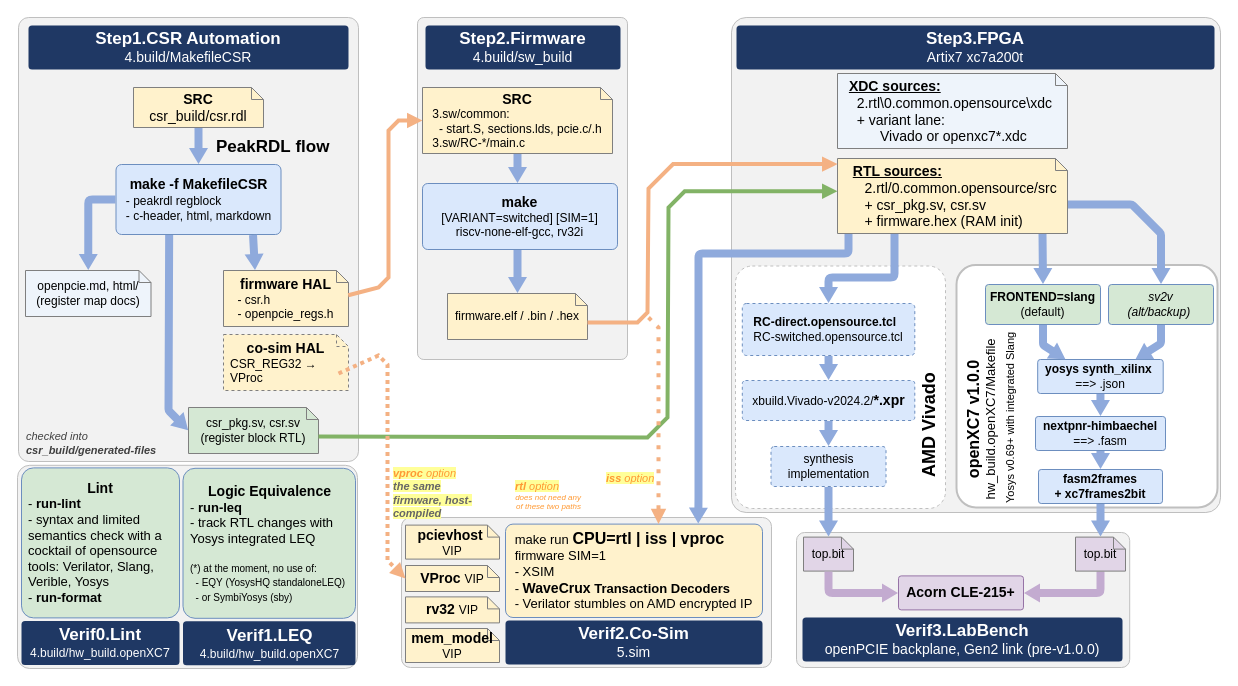
Earlier version of the draw.io diagram 0.doc/4.build/build-flow.drawio (chili-chips-ba/openPCIE). Source tidied: cells renumbered, new cells numbered last; positions are measured from the earlier drawing's top-left corner, leaving out a move shared by most shapes. Both pictures are drawn from the tidied source at 100%, with x=0, y=0 at pixel (17, 17).
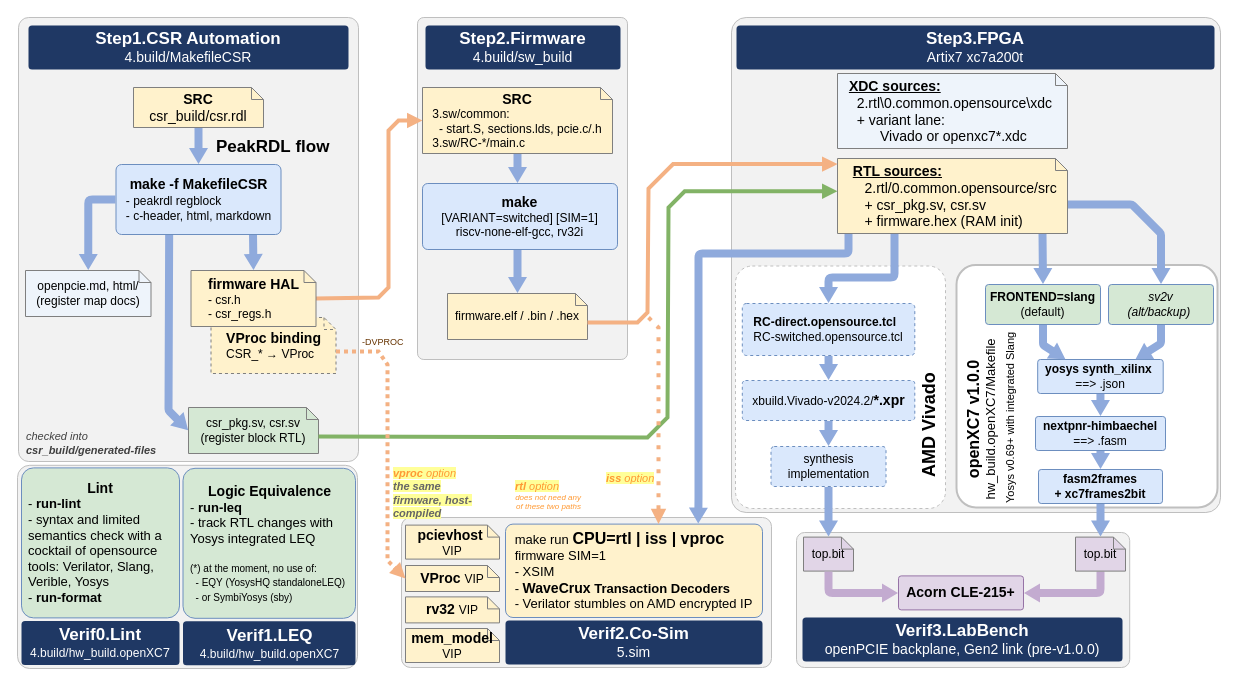
Above is the later version.

Unchanged cells that the change refers to:
```xml
<mxCell id="7" value="&lt;font style=&quot;font-size: 14px;&quot;&gt;&lt;b style=&quot;&quot;&gt;make -f MakefileCSR&lt;/b&gt;&lt;br&gt;&lt;div style=&quot;text-align: left;&quot;&gt;&lt;span style=&quot;background-color: transparent; color: light-dark(rgb(0, 0, 0), rgb(237, 237, 237)); font-size: 12px;&quot;&gt;- peakrdl regblock&lt;/span&gt;&lt;/div&gt;&lt;/font&gt;&lt;div&gt;&lt;div style=&quot;text-align: left;&quot;&gt;&lt;span style=&quot;background-color: transparent; color: light-dark(rgb(0, 0, 0), rgb(237, 237, 237));&quot;&gt;- c-header, html, markdown&lt;/span&gt;&lt;/div&gt;&lt;/div&gt;" style="rounded=1;whiteSpace=wrap;html=1;arcSize=8;fillColor=#dae8fc;strokeColor=#6c8ebf;fontColor=#000000;fontSize=12;fontStyle=0;align=center;verticalAlign=middle;spacingLeft=6;spacingRight=6;points=[[0,0,1,0,0],[0,0.25,1,0,0],[0,0.5,1,0,0],[0,0.75,1,0,0],[0,1,1,0,0],[0.193939,1,0,0,0],[0.25,0,1,0,0],[0.322222,1,0,0,0],[0.5,0,1,0,0],[0.75,0,1,0,0],[0.830303,1,0,0,0],[1,0,1,0,0],[1,0.25,1,0,0],[1,0.5,1,0,0],[1,0.75,1,0,0],[1,1,1,0,0]];" parent="1" vertex="1">
  <mxGeometry x="98.5" y="147" width="165" height="70" as="geometry" />
</mxCell>
<mxCell id="58" value="&lt;div&gt;&lt;b style=&quot;font-size: 14px;&quot;&gt;SRC&lt;/b&gt;&lt;/div&gt;&lt;div style=&quot;text-align: left;&quot;&gt;&lt;span style=&quot;background-color: transparent; color: light-dark(rgb(0, 0, 0), rgb(237, 237, 237));&quot;&gt;3.sw/common:&lt;/span&gt;&lt;/div&gt;&lt;div&gt;&lt;div style=&quot;text-align: left;&quot;&gt;&lt;span style=&quot;background-color: transparent; color: light-dark(rgb(0, 0, 0), rgb(237, 237, 237));&quot;&gt;&amp;nbsp; - start.S, sections.lds, pcie.c/.h&lt;/span&gt;&lt;/div&gt;&lt;div style=&quot;text-align: left;&quot;&gt;&lt;span style=&quot;background-color: transparent; color: light-dark(rgb(0, 0, 0), rgb(237, 237, 237));&quot;&gt;3.sw/RC-*/main.c&lt;/span&gt;&lt;/div&gt;&lt;/div&gt;" style="rounded=0;whiteSpace=wrap;html=1;arcSize=8;fillColor=#fff2cc;strokeColor=#7f7f7f;fontColor=#000000;fontSize=12;fontStyle=0;align=center;verticalAlign=middle;spacingLeft=6;spacingRight=6;shape=note;size=12;" parent="1" vertex="1">
  <mxGeometry x="405" y="70" width="190" height="66" as="geometry" />
</mxCell>
<mxCell id="67" value="&lt;b&gt;&lt;font style=&quot;font-size: 14px;&quot;&gt;VProc&amp;nbsp;&lt;/font&gt;&lt;/b&gt;VIP" style="rounded=0;whiteSpace=wrap;html=1;arcSize=8;fillColor=#fff2cc;strokeColor=#7f7f7f;fontColor=#000000;fontSize=12;fontStyle=0;align=center;verticalAlign=middle;spacingLeft=6;spacingRight=6;shape=note;size=12;" parent="1" vertex="1">
  <mxGeometry x="388" y="548" width="94" height="26" as="geometry" />
</mxCell>
```

The edit, as a diff of the source:
```diff
@@
-    <mxCell id="10" value="&lt;div&gt;&lt;b style=&quot;background-color: transparent; color: light-dark(rgb(0, 0, 0), rgb(237, 237, 237));&quot;&gt;&lt;font style=&quot;font-size: 14px;&quot;&gt;firmware HAL&lt;/font&gt;&lt;/b&gt;&lt;/div&gt;&lt;div style=&quot;text-align: left;&quot;&gt;&lt;span style=&quot;background-color: transparent; color: light-dark(rgb(0, 0, 0), rgb(237, 237, 237));&quot;&gt;- csr.h&lt;/span&gt;&lt;/div&gt;&lt;div style=&quot;text-align: left;&quot;&gt;&lt;span style=&quot;background-color: transparent; color: light-dark(rgb(0, 0, 0), rgb(237, 237, 237));&quot;&gt;- openpcie_regs.h&lt;/span&gt;&lt;/div&gt;" style="rounded=0;whiteSpace=wrap;html=1;arcSize=8;fillColor=#fff2cc;strokeColor=#7f7f7f;fontColor=#000000;fontSize=12;fontStyle=0;align=center;verticalAlign=middle;spacingLeft=6;spacingRight=6;shape=note;size=12;points=[[0,0,0,0,0],[0,0,0,103,0],[0,0,0,109,6],[0,0,0,115,12],[0,0.5,0,0,0],[0,1,0,0,0],[0.252174,0,0,0,0],[0.5,0,0,0,0],[0.5,1,0,0,0],[1,0.5,0,0,0],[1,1,0,0,0]];" parent="1" vertex="1">
-      <mxGeometry x="206" y="253" width="125" height="56" as="geometry" />
-    </mxCell>
@@
-    <mxCell id="20" style="html=1;endArrow=block;endSize=5;strokeColor=#f4b183;strokeWidth=4;rounded=0;exitX=0.998;exitY=0.442;exitDx=0;exitDy=0;exitPerimeter=0;entryX=0;entryY=0.5;entryDx=0;entryDy=0;entryPerimeter=0;" parent="1" edge="1" source="10" target="58">
-      <mxGeometry x="-0.36" relative="1" as="geometry">
+    <mxCell id="20" style="html=1;endArrow=block;endSize=5;strokeColor=#f4b183;strokeWidth=4;rounded=0;exitX=1;exitY=0.5;exitDx=0;exitDy=0;exitPerimeter=0;entryX=0;entryY=0.5;entryDx=0;entryDy=0;entryPerimeter=0;" parent="1" edge="1" source="10" target="58">
+      <mxGeometry x="-0.32" relative="1" as="geometry">
         <Array as="points">
-          <mxPoint x="361" y="270" />
-          <mxPoint x="371" y="260" />
+          <mxPoint x="361" y="280" />
+          <mxPoint x="371" y="270" />
           <mxPoint x="371" y="113" />
           <mxPoint x="381" y="103" />
         </Array>
       </mxGeometry>
     </mxCell>
@@
-    <mxCell id="55" value="&lt;div&gt;&lt;b&gt;&lt;font style=&quot;font-size: 14px;&quot;&gt;co-sim HAL&lt;/font&gt;&lt;/b&gt;&lt;/div&gt;&lt;div style=&quot;text-align: left;&quot;&gt;CSR_REG32 → VProc&lt;/div&gt;" style="rounded=0;whiteSpace=wrap;html=1;arcSize=8;fillColor=#fff2cc;strokeColor=#7f7f7f;fontColor=#000000;fontSize=12;fontStyle=0;align=center;verticalAlign=middle;spacingLeft=6;spacingRight=6;shape=note;size=12;dashed=1;" parent="1" vertex="1">
-      <mxGeometry x="206" y="317" width="125" height="56" as="geometry" />
+    <mxCell id="55" value="&lt;div&gt;&lt;b&gt;&lt;font style=&quot;font-size: 14px;&quot;&gt;VProc binding&lt;/font&gt;&lt;/b&gt;&lt;/div&gt;&lt;div style=&quot;text-align: left;&quot;&gt;CSR_* → VProc&lt;/div&gt;" style="rounded=0;whiteSpace=wrap;html=1;arcSize=8;fillColor=#fff2cc;strokeColor=#7f7f7f;fontColor=#000000;fontSize=12;fontStyle=0;align=center;verticalAlign=middle;spacingLeft=6;spacingRight=6;shape=note;size=12;dashed=1;" parent="1" vertex="1">
+      <mxGeometry x="193.5" y="300" width="125" height="56" as="geometry" />
     </mxCell>
@@
-    <mxCell id="76" style="shape=flexArrow;html=1;endArrow=block;endSize=5;startArrow=none;startSize=5;width=8;endWidth=10;startWidth=10;fillColor=#8faadc;strokeColor=none;fontColor=#ffffff;fontSize=13;fontStyle=1;exitX=0.830303;exitY=1;exitDx=0;exitDy=0;exitPerimeter=0;entryX=0.252174;entryY=0;entryDx=0;entryDy=0;entryPerimeter=0;" parent="1" edge="1" source="7" target="10">
+    <mxCell id="76" style="shape=flexArrow;html=1;endArrow=block;endSize=5;startArrow=none;startSize=5;width=8;endWidth=10;startWidth=10;fillColor=#8faadc;strokeColor=none;fontColor=#ffffff;fontSize=13;fontStyle=1;exitX=0.830303;exitY=1;exitDx=0;exitDy=0;exitPerimeter=0;entryX=0.5;entryY=0;entryDx=0;entryDy=0;entryPerimeter=0;" parent="1" edge="1" source="7" target="10">
       <mxGeometry relative="1" as="geometry" />
     </mxCell>
@@
-    <mxCell id="79" style="html=1;endArrow=block;endSize=5;strokeColor=#f4b183;strokeWidth=4;rounded=0;entryX=0;entryY=0.5;entryDx=0;entryDy=0;entryPerimeter=0;exitX=0;exitY=0;exitDx=115;exitDy=39;exitPerimeter=0;dashed=1;dashPattern=1 1;" parent="1" edge="1" source="55" target="67">
-      <mxGeometry x="-0.36" relative="1" as="geometry">
+    <mxCell id="79" style="html=1;endArrow=block;endSize=5;strokeColor=#f4b183;strokeWidth=4;rounded=0;entryX=0;entryY=0.5;entryDx=0;entryDy=0;entryPerimeter=0;exitX=0;exitY=0;exitDx=125;exitDy=34;exitPerimeter=0;dashed=1;dashPattern=1 1;" parent="1" edge="1" source="55" target="67">
+      <mxGeometry x="-0.39" relative="1" as="geometry">
         <Array as="points">
-          <mxPoint x="361" y="338" />
+          <mxPoint x="361" y="334" />
           <mxPoint x="370" y="347" />
           <mxPoint x="370" y="543" />
         </Array>
       </mxGeometry>
     </mxCell>
+    <mxCell id="10" value="&lt;div&gt;&lt;b style=&quot;background-color: transparent; color: light-dark(rgb(0, 0, 0), rgb(237, 237, 237));&quot;&gt;&lt;font style=&quot;font-size: 14px;&quot;&gt;firmware HAL&lt;/font&gt;&lt;/b&gt;&lt;/div&gt;&lt;div style=&quot;text-align: left;&quot;&gt;&lt;span style=&quot;background-color: transparent; color: light-dark(rgb(0, 0, 0), rgb(237, 237, 237));&quot;&gt;- csr.h&lt;/span&gt;&lt;/div&gt;&lt;div style=&quot;text-align: left;&quot;&gt;&lt;span style=&quot;background-color: transparent; color: light-dark(rgb(0, 0, 0), rgb(237, 237, 237));&quot;&gt;- csr_regs.h&lt;/span&gt;&lt;/div&gt;" style="rounded=0;whiteSpace=wrap;html=1;arcSize=8;fillColor=#fff2cc;strokeColor=#7f7f7f;fontColor=#000000;fontSize=12;fontStyle=0;align=center;verticalAlign=middle;spacingLeft=6;spacingRight=6;shape=note;size=12;points=[[0,0,0,0,0],[0,0,0,103,0],[0,0,0,109,6],[0,0,0,115,12],[0,0.5,0,0,0],[0,1,0,0,0],[0.252174,0,0,0,0],[0.5,0,0,0,0],[0.5,1,0,0,0],[1,0.5,0,0,0],[1,1,0,0,0]];" parent="1" vertex="1">
+      <mxGeometry x="173.5" y="253" width="125" height="56" as="geometry" />
+    </mxCell>
+    <mxCell id="80" value="-DVPROC" style="text;whiteSpace=wrap;fontSize=9;fontColor=#663300;" parent="1" vertex="1">
+      <mxGeometry x="343" y="313" width="50" height="20" as="geometry" />
+    </mxCell>
```
